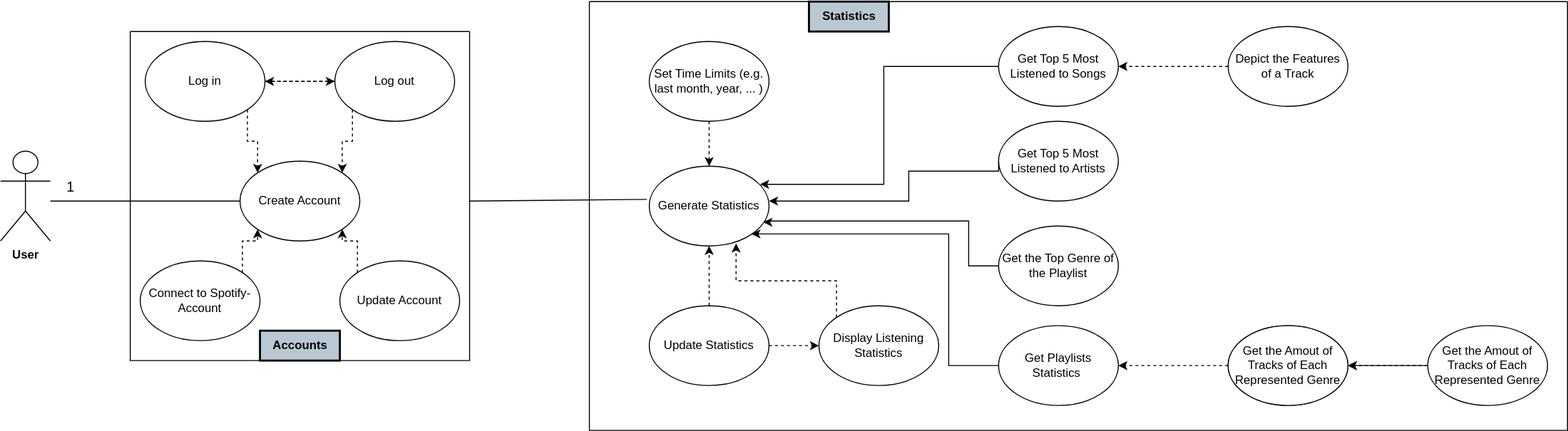
SE-TINF22B6/Statify keeps this draw.io diagram as Documentation/UML_Use_Cases.svg. Above is the earlier version. Source tidied: cells renumbered, new cells last; positions are measured from the earlier drawing's top-left corner, leaving out a move shared by most shapes.
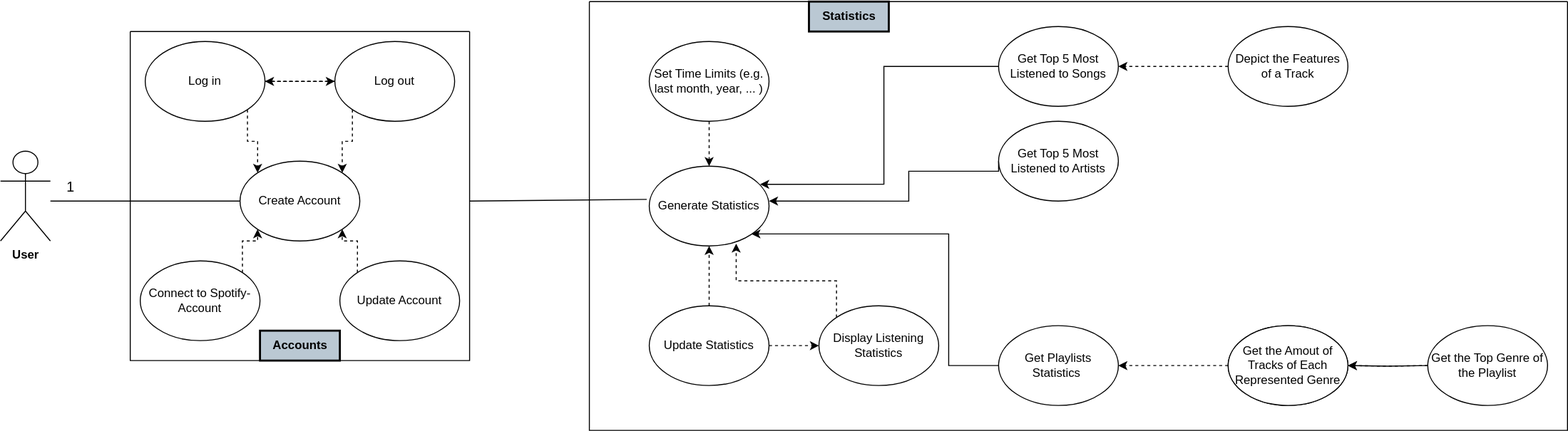
After the change.

What changed in the source:
```diff
@@ -95,18 +95,8 @@
     <mxCell id="27" value="Depict the Features of a Track" style="ellipse;whiteSpace=wrap;html=1;" parent="18" vertex="1">
       <mxGeometry x="640" y="25" width="120" height="80" as="geometry" />
     </mxCell>
-    <mxCell id="28" style="edgeStyle=orthogonalEdgeStyle;rounded=0;jettySize=auto;html=1;exitX=0;exitY=0.5;exitDx=0;exitDy=0;entryX=0.953;entryY=0.703;entryDx=0;entryDy=0;entryPerimeter=0;" parent="18" edge="1" source="29" target="19">
-      <mxGeometry relative="1" as="geometry">
-        <Array as="points">
-          <mxPoint x="380" y="265" />
-          <mxPoint x="380" y="220" />
-          <mxPoint x="177" y="220" />
-          <mxPoint x="177" y="221" />
-        </Array>
-      </mxGeometry>
-    </mxCell>
     <mxCell id="29" value="Get the Top Genre of the Playlist" style="ellipse;whiteSpace=wrap;html=1;" parent="18" vertex="1">
-      <mxGeometry x="410" y="225" width="120" height="80" as="geometry" />
+      <mxGeometry x="840" y="325" width="120" height="80" as="geometry" />
     </mxCell>
     <mxCell id="30" style="edgeStyle=orthogonalEdgeStyle;rounded=0;jettySize=auto;html=1;entryX=1;entryY=1;entryDx=0;entryDy=0;" parent="18" edge="1" source="31" target="19">
       <mxGeometry relative="1" as="geometry">
@@ -135,12 +125,11 @@
     <mxCell id="36" value="Update Statistics" style="ellipse;whiteSpace=wrap;html=1;" parent="18" vertex="1">
       <mxGeometry x="60" y="305" width="120" height="80" as="geometry" />
     </mxCell>
-    <mxCell id="37" style="edgeStyle=orthogonalEdgeStyle;rounded=0;jettySize=auto;html=1;exitX=0;exitY=0.5;exitDx=0;exitDy=0;entryX=1;entryY=0.5;entryDx=0;entryDy=0;" parent="18" edge="1" source="38" target="33">
-      <mxGeometry relative="1" as="geometry" />
+    <mxCell id="37" style="edgeStyle=orthogonalEdgeStyle;rounded=0;jettySize=auto;html=1;exitX=0;exitY=0.5;exitDx=0;exitDy=0;entryX=1;entryY=0.5;entryDx=0;entryDy=0;" parent="18" edge="1" target="33">
+      <mxGeometry relative="1" as="geometry">
+        <mxPoint x="840" y="365" as="sourcePoint" />
+      </mxGeometry>
     </mxCell>
-    <mxCell id="38" value="Get the Amout of Tracks of Each Represented Genre" style="ellipse;whiteSpace=wrap;html=1;" parent="18" vertex="1">
-      <mxGeometry x="840" y="325" width="120" height="80" as="geometry" />
-    </mxCell>
     <mxCell id="39" style="edgeStyle=orthogonalEdgeStyle;rounded=0;jettySize=auto;html=1;exitX=0;exitY=0;exitDx=0;exitDy=0;entryX=0.721;entryY=0.97;entryDx=0;entryDy=0;dashed=1;entryPerimeter=0;" parent="18" edge="1" source="40" target="19">
       <mxGeometry relative="1" as="geometry">
         <Array as="points">
@@ -164,8 +153,10 @@
     <mxCell id="43" value="Get the Amout of Tracks of Each Represented Genre" style="ellipse;whiteSpace=wrap;html=1;" parent="1" vertex="1">
       <mxGeometry x="1230" y="325" width="120" height="80" as="geometry" />
     </mxCell>
-    <mxCell id="44" style="edgeStyle=orthogonalEdgeStyle;rounded=0;jettySize=auto;html=1;dashed=1;" parent="1" edge="1" source="38" target="43">
-      <mxGeometry relative="1" as="geometry" />
+    <mxCell id="44" style="edgeStyle=orthogonalEdgeStyle;rounded=0;jettySize=auto;html=1;dashed=1;" parent="1" edge="1" target="43">
+      <mxGeometry relative="1" as="geometry">
+        <mxPoint x="1430" y="365" as="sourcePoint" />
+      </mxGeometry>
     </mxCell>
   </root>
 </mxGraphModel>
```
